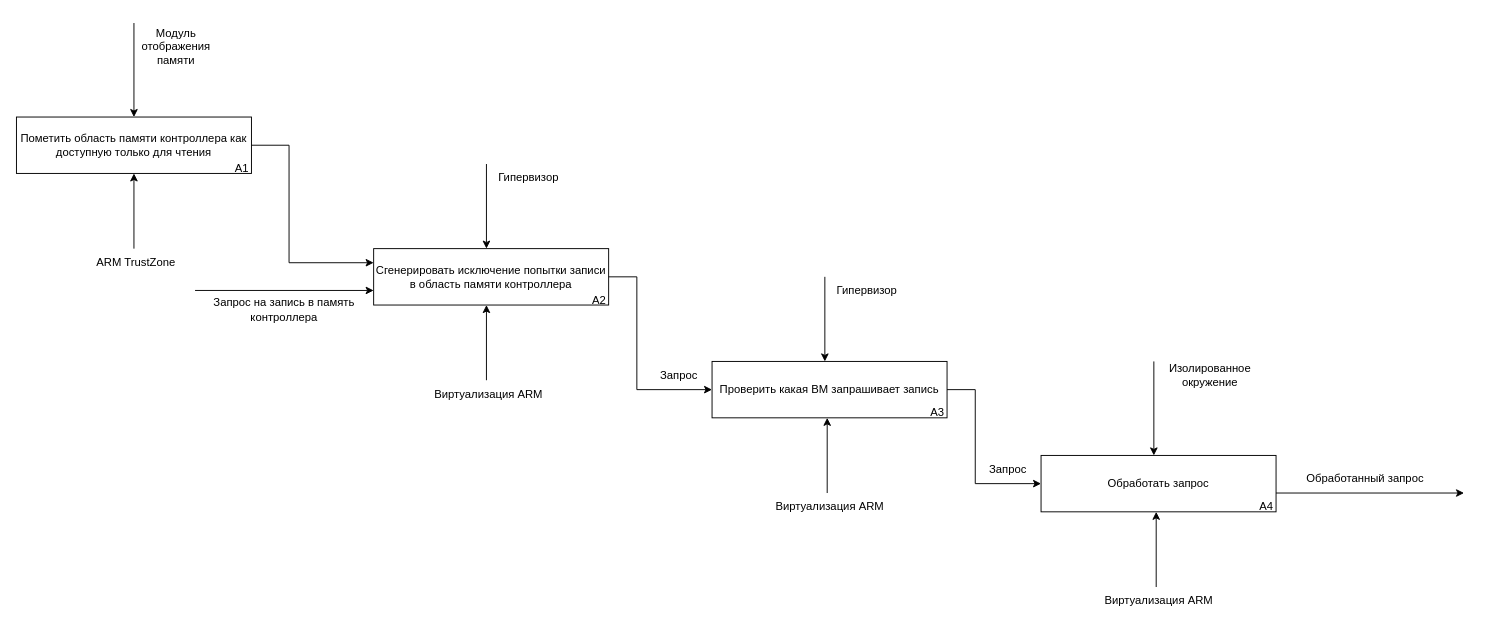
Earlier version of the draw.io diagram page "Page-2" (2 of 2) of docs/drawio/idef0-trap-and-emulate.drawio (mRrvz/bmstu-masters-diploma). Source tidied: cells renumbered, new cells numbered last; positions are measured from the earlier drawing's top-left corner, leaving out a move shared by most shapes. Both pictures are drawn from the tidied source at 94%, with x=0, y=0 at pixel (16, 23).
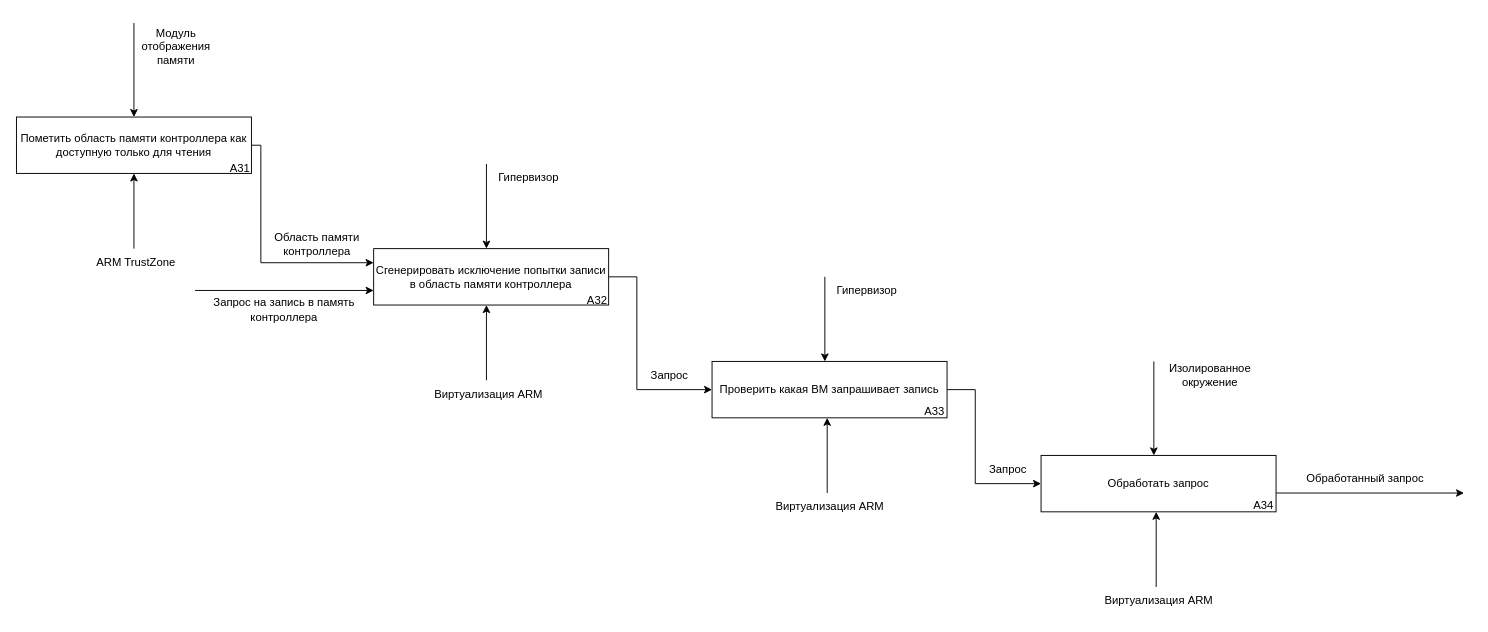
The same page after the edit.

Unchanged cells that the change refers to:
```xml
<mxCell id="3" value="Пометить область памяти контроллера как доступную только для чтения" style="rounded=0;whiteSpace=wrap;html=1;" parent="1" vertex="1">
  <mxGeometry y="100" width="250" height="60" as="geometry" />
</mxCell>
<mxCell id="11" value="Сгенерировать исключение попытки записи в область памяти контроллера" style="rounded=0;whiteSpace=wrap;html=1;" parent="1" vertex="1">
  <mxGeometry x="380" y="240" width="250" height="60" as="geometry" />
</mxCell>
```

Diff of the diagram source:
```diff
@@
     <mxCell id="5" style="endArrow=classic;html=1;rounded=0;exitX=1;exitY=0.5;exitDx=0;exitDy=0;entryX=0;entryY=0.25;entryDx=0;entryDy=0;" parent="1" edge="1" source="3" target="11">
       <mxGeometry relative="1" as="geometry">
         <Array as="points">
-          <mxPoint x="290" y="130" />
-          <mxPoint x="290" y="255" />
+          <mxPoint x="260" y="130" />
+          <mxPoint x="260" y="255" />
         </Array>
       </mxGeometry>
     </mxCell>
@@
-    <mxCell id="10" value="A1" style="text;html=1;align=center;verticalAlign=middle;whiteSpace=wrap;rounded=0;" parent="1" vertex="1">
-      <mxGeometry x="210" y="140" width="60" height="30" as="geometry" />
+    <mxCell id="10" value="A31" style="text;html=1;align=center;verticalAlign=middle;whiteSpace=wrap;rounded=0;" parent="1" vertex="1">
+      <mxGeometry x="208" y="140" width="60" height="30" as="geometry" />
     </mxCell>
@@
     <mxCell id="15" value="Запрос" style="text;html=1;align=center;verticalAlign=middle;whiteSpace=wrap;rounded=0;" parent="1" vertex="1">
-      <mxGeometry x="620" y="360" width="170" height="30" as="geometry" />
+      <mxGeometry x="610" y="360" width="170" height="30" as="geometry" />
     </mxCell>
@@
-    <mxCell id="20" value="A2" style="text;html=1;align=center;verticalAlign=middle;whiteSpace=wrap;rounded=0;" parent="1" vertex="1">
-      <mxGeometry x="590" y="280" width="60" height="30" as="geometry" />
+    <mxCell id="20" value="A32" style="text;html=1;align=center;verticalAlign=middle;whiteSpace=wrap;rounded=0;" parent="1" vertex="1">
+      <mxGeometry x="588" y="280" width="60" height="30" as="geometry" />
     </mxCell>
-    <mxCell id="21" value="A3" style="text;html=1;align=center;verticalAlign=middle;whiteSpace=wrap;rounded=0;" parent="1" vertex="1">
-      <mxGeometry x="950" y="400" width="60" height="30" as="geometry" />
+    <mxCell id="21" value="A33" style="text;html=1;align=center;verticalAlign=middle;whiteSpace=wrap;rounded=0;" parent="1" vertex="1">
+      <mxGeometry x="947" y="399" width="60" height="30" as="geometry" />
     </mxCell>
-    <mxCell id="22" value="A4" style="text;html=1;align=center;verticalAlign=middle;whiteSpace=wrap;rounded=0;" parent="1" vertex="1">
-      <mxGeometry x="1300" y="500" width="60" height="30" as="geometry" />
+    <mxCell id="22" value="A34" style="text;html=1;align=center;verticalAlign=middle;whiteSpace=wrap;rounded=0;" parent="1" vertex="1">
+      <mxGeometry x="1297" y="498" width="60" height="30" as="geometry" />
     </mxCell>
@@
+    <mxCell id="35" value="Область памяти контроллера" style="text;html=1;align=center;verticalAlign=middle;whiteSpace=wrap;rounded=0;" parent="1" vertex="1">
+      <mxGeometry x="260" y="220" width="120" height="30" as="geometry" />
+    </mxCell>
```
